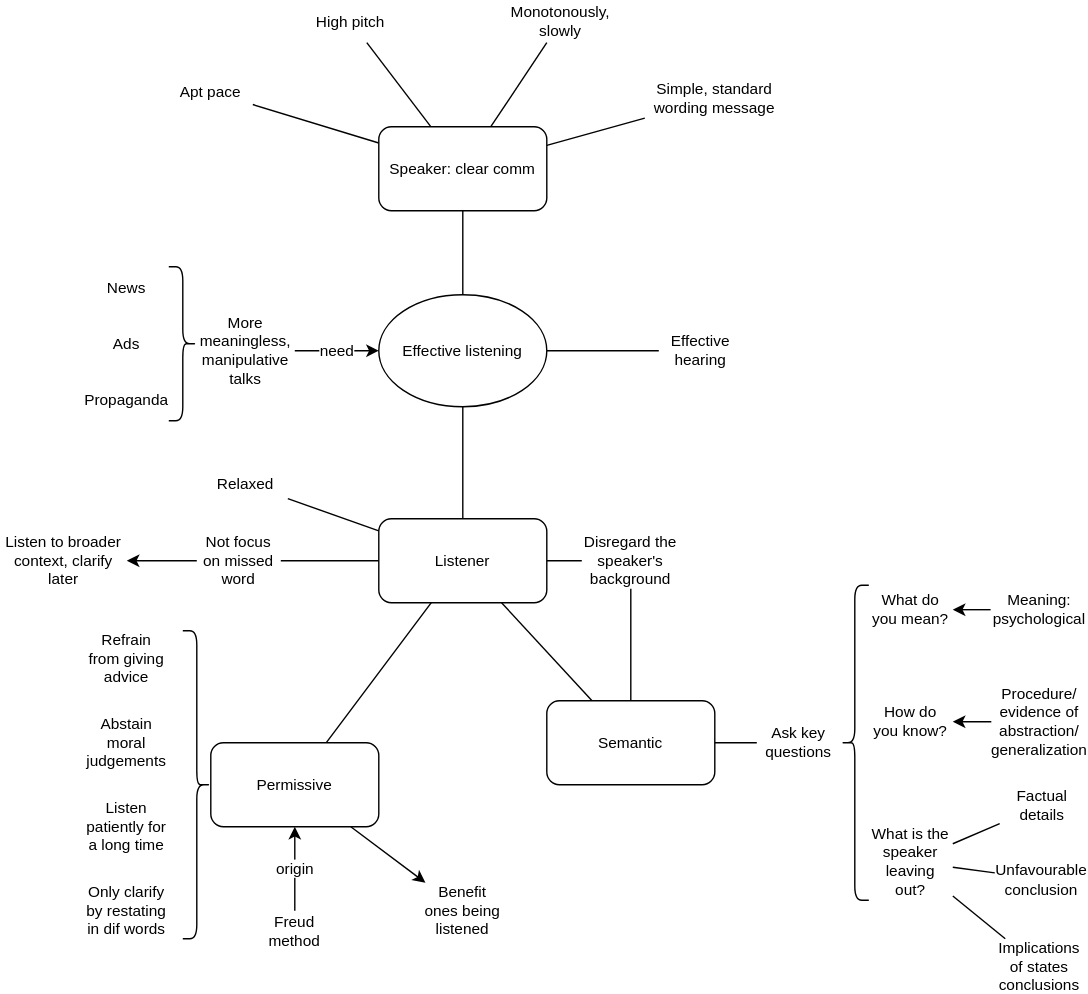
Above: practical/resources/do-you-know-how-to-listen.drawio.svg in hungcq/knowledge-repo (draw.io), before the change. Source tidied: cells renumbered, new cells last; positions are measured from the earlier drawing's top-left corner, leaving out a move shared by most shapes.
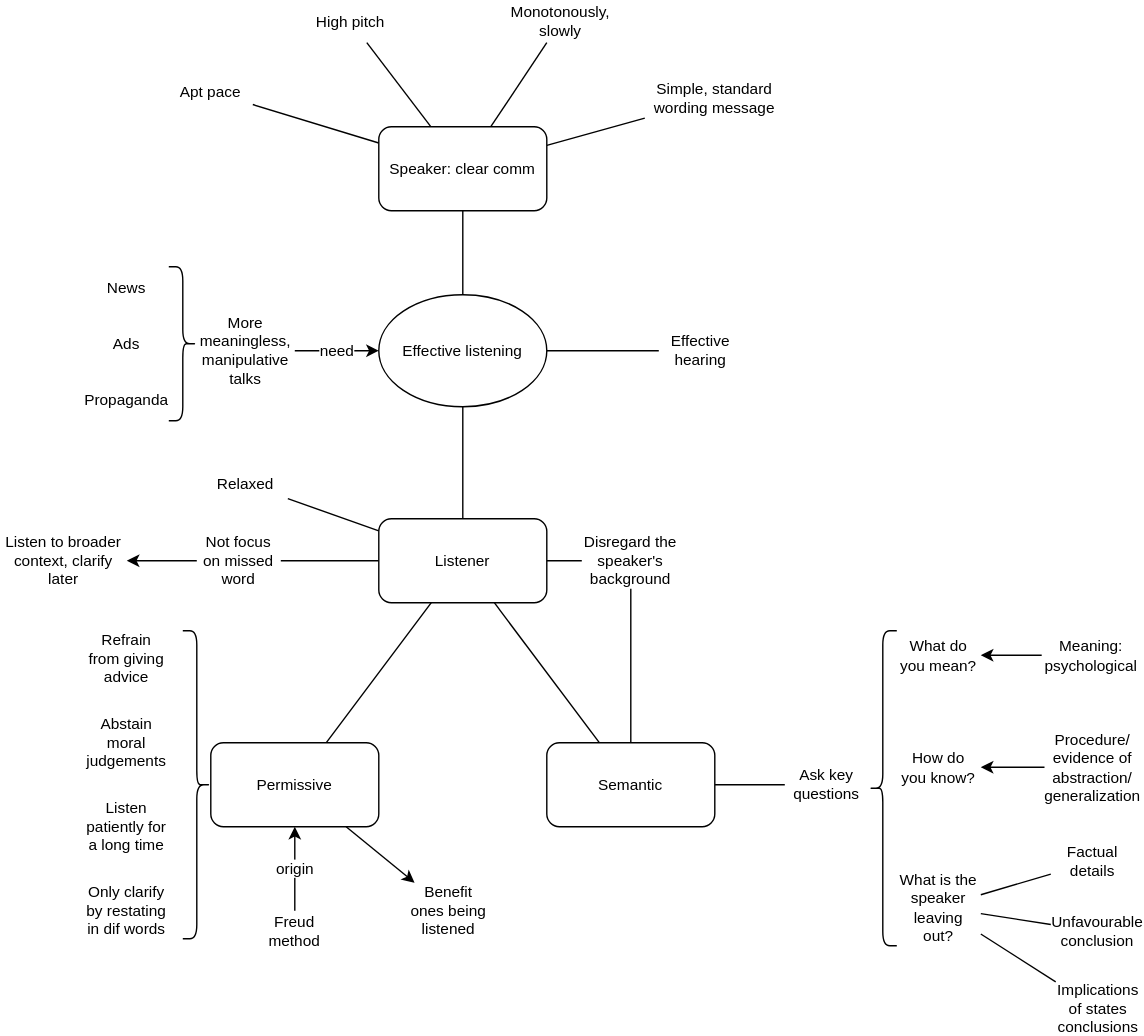
After the change.

The edit, as a diff of the source:
```diff
@@ -112,7 +112,7 @@
       <mxGeometry relative="1" as="geometry" />
     </mxCell>
     <mxCell id="37" value="Semantic" style="rounded=1;whiteSpace=wrap;html=1;fontFamily=Helvetica;fontSize=11;fontColor=default;labelBackgroundColor=default;" parent="1" vertex="1">
-      <mxGeometry x="390" y="500" width="120" height="60" as="geometry" />
+      <mxGeometry x="390" y="530" width="120" height="60" as="geometry" />
     </mxCell>
     <mxCell id="38" value="origin" style="edgeStyle=none;rounded=0;jettySize=auto;html=1;strokeColor=default;align=center;verticalAlign=middle;fontFamily=Helvetica;fontSize=11;fontColor=default;labelBackgroundColor=default;endArrow=classic;endFill=1;" parent="1" edge="1" source="39" target="34">
       <mxGeometry relative="1" as="geometry" />
@@ -121,7 +121,7 @@
       <mxGeometry x="180" y="650" width="60" height="30" as="geometry" />
     </mxCell>
     <mxCell id="40" value="Benefit ones being listened" style="text;html=1;align=center;verticalAlign=middle;whiteSpace=wrap;rounded=0;fontFamily=Helvetica;fontSize=11;fontColor=default;labelBackgroundColor=default;" parent="1" vertex="1">
-      <mxGeometry x="300" y="630" width="60" height="40" as="geometry" />
+      <mxGeometry x="290" y="630" width="60" height="40" as="geometry" />
     </mxCell>
     <mxCell id="41" value="Refrain from giving advice" style="text;html=1;align=center;verticalAlign=middle;whiteSpace=wrap;rounded=0;fontFamily=Helvetica;fontSize=11;fontColor=default;labelBackgroundColor=default;" parent="1" vertex="1">
       <mxGeometry x="60" y="450" width="60" height="40" as="geometry" />
@@ -138,29 +138,32 @@
     <mxCell id="45" style="shape=curlyBracket;whiteSpace=wrap;html=1;rounded=1;labelPosition=left;verticalLabelPosition=middle;align=right;verticalAlign=middle;fontFamily=Helvetica;fontSize=11;fontColor=default;labelBackgroundColor=default;direction=west;" parent="1" vertex="1">
       <mxGeometry x="130" y="450" width="20" height="220" as="geometry" />
     </mxCell>
+    <mxCell id="61" style="edgeStyle=none;rounded=0;jettySize=auto;html=1;strokeColor=default;align=center;verticalAlign=middle;fontFamily=Helvetica;fontSize=11;fontColor=default;labelBackgroundColor=default;endArrow=none;endFill=0;" parent="1" edge="1" source="46" target="47">
+      <mxGeometry relative="1" as="geometry" />
+    </mxCell>
     <mxCell id="46" value="Ask key questions" style="text;html=1;align=center;verticalAlign=middle;whiteSpace=wrap;rounded=0;fontFamily=Helvetica;fontSize=11;fontColor=default;labelBackgroundColor=default;" parent="1" vertex="1">
-      <mxGeometry x="540" y="515" width="60" height="30" as="geometry" />
+      <mxGeometry x="560" y="545" width="60" height="30" as="geometry" />
     </mxCell>
     <mxCell id="47" style="shape=curlyBracket;whiteSpace=wrap;html=1;rounded=1;labelPosition=left;verticalLabelPosition=middle;align=right;verticalAlign=middle;fontFamily=Helvetica;fontSize=11;fontColor=default;labelBackgroundColor=default;" parent="1" vertex="1">
-      <mxGeometry x="600" y="417.5" width="20" height="225" as="geometry" />
+      <mxGeometry x="620" y="450" width="20" height="225" as="geometry" />
     </mxCell>
     <mxCell id="48" value="What do you mean?" style="text;html=1;align=center;verticalAlign=middle;whiteSpace=wrap;rounded=0;fontFamily=Helvetica;fontSize=11;fontColor=default;labelBackgroundColor=default;" parent="1" vertex="1">
-      <mxGeometry x="620" y="420" width="60" height="30" as="geometry" />
+      <mxGeometry x="640" y="452.5" width="60" height="30" as="geometry" />
     </mxCell>
     <mxCell id="49" style="edgeStyle=none;rounded=0;jettySize=auto;html=1;strokeColor=default;align=center;verticalAlign=middle;fontFamily=Helvetica;fontSize=11;fontColor=default;labelBackgroundColor=default;endArrow=classic;endFill=1;" parent="1" edge="1" source="50" target="48">
       <mxGeometry relative="1" as="geometry" />
     </mxCell>
     <mxCell id="50" value="Meaning: psychological" style="text;html=1;align=center;verticalAlign=middle;whiteSpace=wrap;rounded=0;fontFamily=Helvetica;fontSize=11;fontColor=default;labelBackgroundColor=default;" parent="1" vertex="1">
-      <mxGeometry x="707" y="420" width="70" height="30" as="geometry" />
+      <mxGeometry x="743.5" y="452.5" width="70" height="30" as="geometry" />
     </mxCell>
     <mxCell id="51" value="How do you know?" style="text;html=1;align=center;verticalAlign=middle;whiteSpace=wrap;rounded=0;fontFamily=Helvetica;fontSize=11;fontColor=default;labelBackgroundColor=default;" parent="1" vertex="1">
-      <mxGeometry x="620" y="500" width="60" height="30" as="geometry" />
+      <mxGeometry x="640" y="532.5" width="60" height="30" as="geometry" />
     </mxCell>
     <mxCell id="52" style="edgeStyle=none;rounded=0;jettySize=auto;html=1;strokeColor=default;align=center;verticalAlign=middle;fontFamily=Helvetica;fontSize=11;fontColor=default;labelBackgroundColor=default;endArrow=classic;endFill=1;" parent="1" edge="1" source="53" target="51">
       <mxGeometry relative="1" as="geometry" />
     </mxCell>
     <mxCell id="53" value="Procedure/&lt;br&gt;evidence of abstraction/&lt;br&gt;generalization" style="text;html=1;align=center;verticalAlign=middle;whiteSpace=wrap;rounded=0;fontFamily=Helvetica;fontSize=11;fontColor=default;labelBackgroundColor=default;" parent="1" vertex="1">
-      <mxGeometry x="712" y="492.5" width="60" height="45" as="geometry" />
+      <mxGeometry x="750" y="525" width="60" height="45" as="geometry" />
     </mxCell>
     <mxCell id="54" style="edgeStyle=none;rounded=0;jettySize=auto;html=1;strokeColor=default;align=center;verticalAlign=middle;fontFamily=Helvetica;fontSize=11;fontColor=default;labelBackgroundColor=default;endArrow=none;endFill=0;" parent="1" edge="1" source="57" target="58">
       <mxGeometry relative="1" as="geometry" />
@@ -172,16 +175,16 @@
       <mxGeometry relative="1" as="geometry" />
     </mxCell>
     <mxCell id="57" value="What is the speaker leaving out?" style="text;html=1;align=center;verticalAlign=middle;whiteSpace=wrap;rounded=0;fontFamily=Helvetica;fontSize=11;fontColor=default;labelBackgroundColor=default;" parent="1" vertex="1">
-      <mxGeometry x="620" y="590" width="60" height="50" as="geometry" />
+      <mxGeometry x="640" y="622.5" width="60" height="50" as="geometry" />
     </mxCell>
     <mxCell id="58" value="Factual details" style="text;html=1;align=center;verticalAlign=middle;whiteSpace=wrap;rounded=0;fontFamily=Helvetica;fontSize=11;fontColor=default;labelBackgroundColor=default;" parent="1" vertex="1">
-      <mxGeometry x="713.5" y="560" width="60" height="30" as="geometry" />
+      <mxGeometry x="750" y="600" width="60" height="30" as="geometry" />
     </mxCell>
     <mxCell id="59" value="Unfavourable conclusion" style="text;html=1;align=center;verticalAlign=middle;whiteSpace=wrap;rounded=0;fontFamily=Helvetica;fontSize=11;fontColor=default;labelBackgroundColor=default;" parent="1" vertex="1">
-      <mxGeometry x="710" y="612.5" width="67" height="30" as="geometry" />
+      <mxGeometry x="750" y="650" width="67" height="30" as="geometry" />
     </mxCell>
     <mxCell id="60" value="Implications of states conclusions" style="text;html=1;align=center;verticalAlign=middle;whiteSpace=wrap;rounded=0;fontFamily=Helvetica;fontSize=11;fontColor=default;labelBackgroundColor=default;" parent="1" vertex="1">
-      <mxGeometry x="712" y="670" width="60" height="40" as="geometry" />
+      <mxGeometry x="753.5" y="700" width="60" height="40" as="geometry" />
     </mxCell>
   </root>
 </mxGraphModel>
```
